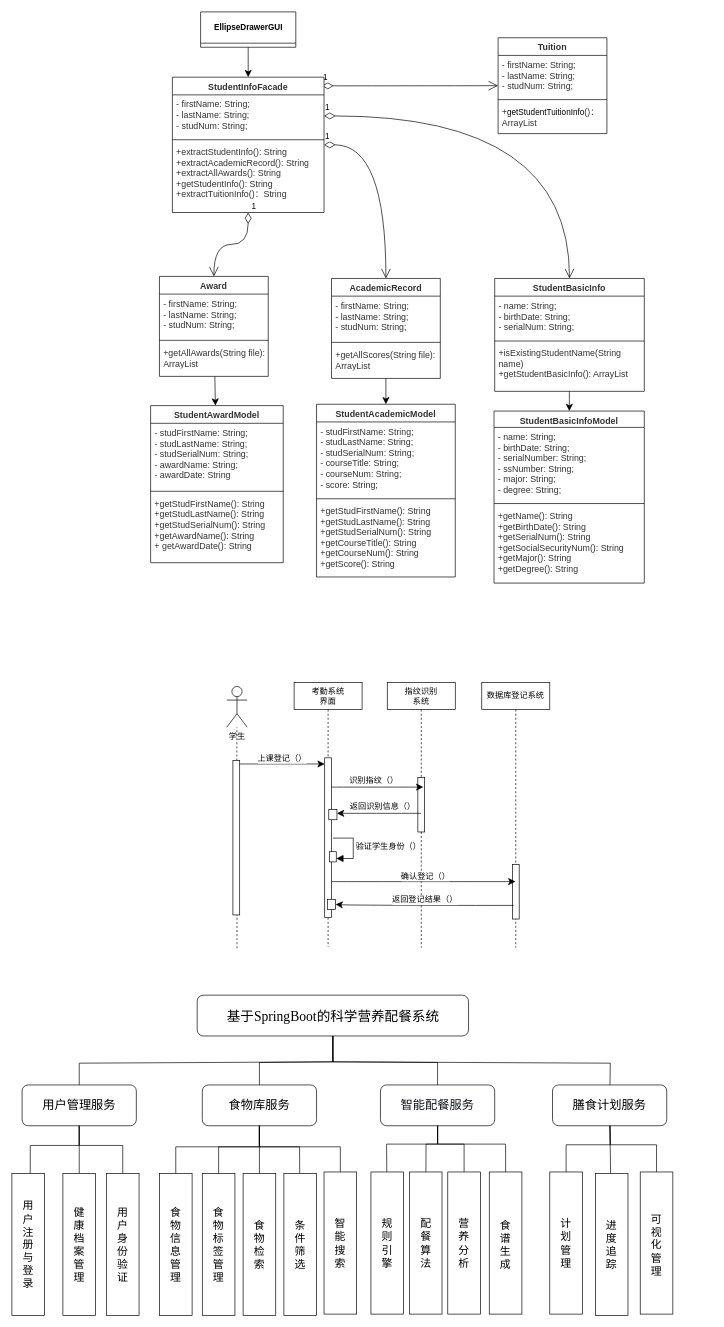
This is page "第 2 页" (2 of 4) of 数据流图.drawio from zhaoziyihbuas/software, a draw.io file, before an edit. Source tidied: cells renumbered, new cells numbered last; positions are measured from the earlier drawing's top-left corner, leaving out a move shared by most shapes. Both pictures are drawn from the tidied source at 68%, with x=0, y=0 at pixel (12, 12).
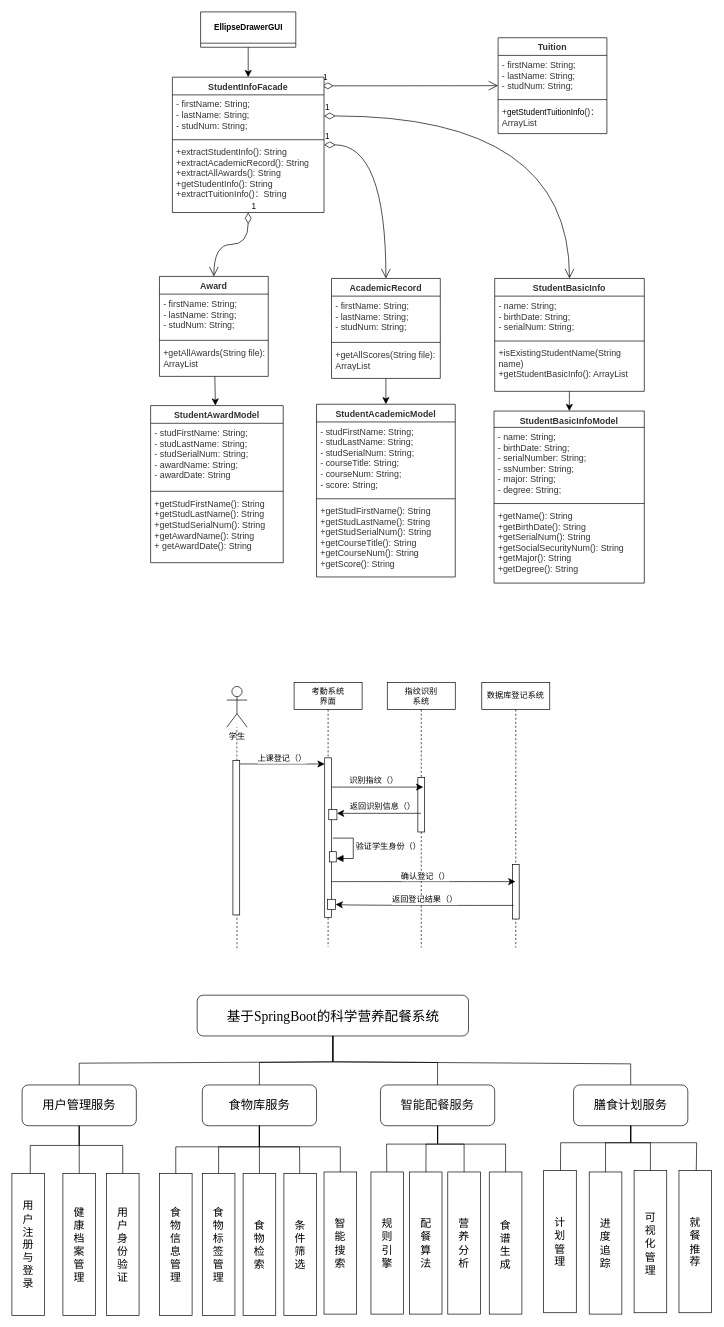
After the change.

Commit message:
更新数据流图.drawio

Unchanged cells that the change refers to:
```xml
<mxCell id="67" value="&lt;p class=&quot;MsoNormal&quot;&gt;&lt;span style=&quot;font-family: 宋体; font-variant-numeric: normal; font-variant-east-asian: normal; font-variant-alternates: normal; font-variant-position: normal; font-variant-emoji: normal; font-size: 15pt;&quot;&gt;&lt;font face=&quot;宋体&quot;&gt;基于&lt;/font&gt;&lt;font face=&quot;Times New Roman&quot;&gt;SpringBoot&lt;/font&gt;&lt;font face=&quot;宋体&quot;&gt;的科学营养配餐系统&lt;/font&gt;&lt;/span&gt;&lt;/p&gt;" style="rounded=1;whiteSpace=wrap;html=1;" parent="1" vertex="1">
  <mxGeometry x="272.5" y="1446" width="399" height="60" as="geometry" />
</mxCell>
```

Change to the diagram source:
```diff
@@
     <mxCell id="80" value="&lt;div&gt;&lt;span style=&quot;background-color: transparent; color: light-dark(rgb(0, 0, 0), rgb(255, 255, 255)); font-size: medium;&quot;&gt;计&lt;/span&gt;&lt;/div&gt;&lt;div&gt;&lt;font size=&quot;3&quot;&gt;划&lt;/font&gt;&lt;/div&gt;&lt;div&gt;&lt;font size=&quot;3&quot;&gt;管&lt;/font&gt;&lt;/div&gt;&lt;div&gt;&lt;font size=&quot;3&quot;&gt;理&lt;/font&gt;&lt;/div&gt;" style="rounded=0;whiteSpace=wrap;html=1;" parent="1" vertex="1">
-      <mxGeometry x="791" y="1706" width="48" height="209" as="geometry" />
+      <mxGeometry x="782" y="1704" width="48" height="209" as="geometry" />
     </mxCell>
     <mxCell id="81" value="&lt;div&gt;&lt;span style=&quot;background-color: transparent; color: light-dark(rgb(0, 0, 0), rgb(255, 255, 255)); font-size: medium;&quot;&gt;进&lt;/span&gt;&lt;/div&gt;&lt;div&gt;&lt;span style=&quot;font-size: medium; background-color: transparent; color: light-dark(rgb(0, 0, 0), rgb(255, 255, 255));&quot;&gt;度&lt;/span&gt;&lt;/div&gt;&lt;div&gt;&lt;span style=&quot;font-size: medium; background-color: transparent; color: light-dark(rgb(0, 0, 0), rgb(255, 255, 255));&quot;&gt;追&lt;/span&gt;&lt;/div&gt;&lt;div&gt;&lt;span style=&quot;font-size: medium; background-color: transparent; color: light-dark(rgb(0, 0, 0), rgb(255, 255, 255));&quot;&gt;踪&lt;/span&gt;&lt;/div&gt;" style="rounded=0;whiteSpace=wrap;html=1;" parent="1" vertex="1">
-      <mxGeometry x="858" y="1708" width="48" height="209" as="geometry" />
+      <mxGeometry x="849" y="1706" width="48" height="209" as="geometry" />
     </mxCell>
     <mxCell id="82" value="&lt;div&gt;&lt;span style=&quot;background-color: transparent; color: light-dark(rgb(0, 0, 0), rgb(255, 255, 255)); font-size: medium;&quot;&gt;&lt;br&gt;&lt;/span&gt;&lt;/div&gt;&lt;div&gt;&lt;span style=&quot;background-color: transparent; color: light-dark(rgb(0, 0, 0), rgb(255, 255, 255)); font-size: medium;&quot;&gt;可&lt;/span&gt;&lt;/div&gt;&lt;div&gt;&lt;span style=&quot;background-color: transparent; color: light-dark(rgb(0, 0, 0), rgb(255, 255, 255)); font-size: medium;&quot;&gt;视&lt;/span&gt;&lt;/div&gt;&lt;div&gt;&lt;span style=&quot;background-color: transparent; color: light-dark(rgb(0, 0, 0), rgb(255, 255, 255)); font-size: medium;&quot;&gt;化&lt;/span&gt;&lt;/div&gt;&lt;div&gt;&lt;span style=&quot;background-color: transparent; color: light-dark(rgb(0, 0, 0), rgb(255, 255, 255)); font-size: medium;&quot;&gt;管&lt;/span&gt;&lt;/div&gt;&lt;div&gt;&lt;span style=&quot;background-color: transparent; color: light-dark(rgb(0, 0, 0), rgb(255, 255, 255)); font-size: medium;&quot;&gt;理&lt;/span&gt;&lt;/div&gt;&lt;div&gt;&lt;br&gt;&lt;/div&gt;" style="rounded=0;whiteSpace=wrap;html=1;" parent="1" vertex="1">
-      <mxGeometry x="924" y="1706" width="48" height="209" as="geometry" />
+      <mxGeometry x="915" y="1704" width="48" height="209" as="geometry" />
     </mxCell>
@@
     <mxCell id="86" value="&lt;span style=&quot;font-size: 18px;&quot;&gt;膳食计划服务&lt;/span&gt;" style="whiteSpace=wrap;html=1;rounded=1;" parent="1" vertex="1">
-      <mxGeometry x="795" y="1578" width="168" height="60" as="geometry" />
+      <mxGeometry x="826" y="1578" width="168" height="60" as="geometry" />
     </mxCell>
@@
     <mxCell id="90" style="endArrow=none;html=1;rounded=0;" parent="1" edge="1" source="67" target="86">
       <mxGeometry relative="1" as="geometry">
         <Array as="points">
           <mxPoint x="472" y="1544" />
-          <mxPoint x="880" y="1546" />
+          <mxPoint x="910" y="1547" />
         </Array>
       </mxGeometry>
     </mxCell>
@@
     <mxCell id="103" style="endArrow=none;html=1;rounded=0;" parent="1" edge="1" source="80" target="86">
       <mxGeometry relative="1" as="geometry">
         <Array as="points">
-          <mxPoint x="815" y="1666" />
-          <mxPoint x="880" y="1666" />
+          <mxPoint x="807" y="1663" />
+          <mxPoint x="910" y="1663" />
         </Array>
       </mxGeometry>
     </mxCell>
     <mxCell id="104" style="endArrow=none;html=1;rounded=0;" parent="1" edge="1" source="81" target="86">
-      <mxGeometry relative="1" as="geometry" />
+      <mxGeometry relative="1" as="geometry">
+        <Array as="points">
+          <mxPoint x="873" y="1663" />
+          <mxPoint x="910" y="1663" />
+        </Array>
+      </mxGeometry>
     </mxCell>
     <mxCell id="105" style="endArrow=none;html=1;rounded=0;" parent="1" edge="1" source="82" target="86">
       <mxGeometry relative="1" as="geometry">
         <Array as="points">
-          <mxPoint x="948" y="1666" />
-          <mxPoint x="880" y="1666" />
+          <mxPoint x="939" y="1663" />
+          <mxPoint x="910" y="1663" />
         </Array>
       </mxGeometry>
     </mxCell>
+    <mxCell id="106" value="&lt;div&gt;&lt;br&gt;&lt;/div&gt;&lt;div&gt;&lt;div&gt;&lt;span style=&quot;background-color: transparent; color: light-dark(rgb(0, 0, 0), rgb(255, 255, 255)); font-size: medium;&quot;&gt;就&lt;/span&gt;&lt;/div&gt;&lt;div&gt;&lt;span style=&quot;background-color: transparent; color: light-dark(rgb(0, 0, 0), rgb(255, 255, 255)); font-size: medium;&quot;&gt;餐&lt;/span&gt;&lt;/div&gt;&lt;div&gt;&lt;span style=&quot;background-color: transparent; color: light-dark(rgb(0, 0, 0), rgb(255, 255, 255)); font-size: medium;&quot;&gt;推&lt;/span&gt;&lt;/div&gt;&lt;div&gt;&lt;span style=&quot;background-color: transparent; color: light-dark(rgb(0, 0, 0), rgb(255, 255, 255)); font-size: medium;&quot;&gt;荐&lt;/span&gt;&lt;/div&gt;&lt;div&gt;&lt;br&gt;&lt;/div&gt;&lt;/div&gt;" style="rounded=0;whiteSpace=wrap;html=1;" parent="1" vertex="1">
+      <mxGeometry x="981" y="1704" width="48" height="209" as="geometry" />
+    </mxCell>
+    <mxCell id="107" style="endArrow=none;html=1;rounded=0;" parent="1" edge="1" source="106" target="86">
+      <mxGeometry relative="1" as="geometry">
+        <Array as="points">
+          <mxPoint x="1007" y="1663" />
+          <mxPoint x="910" y="1663" />
+        </Array>
+      </mxGeometry>
+    </mxCell>
```
